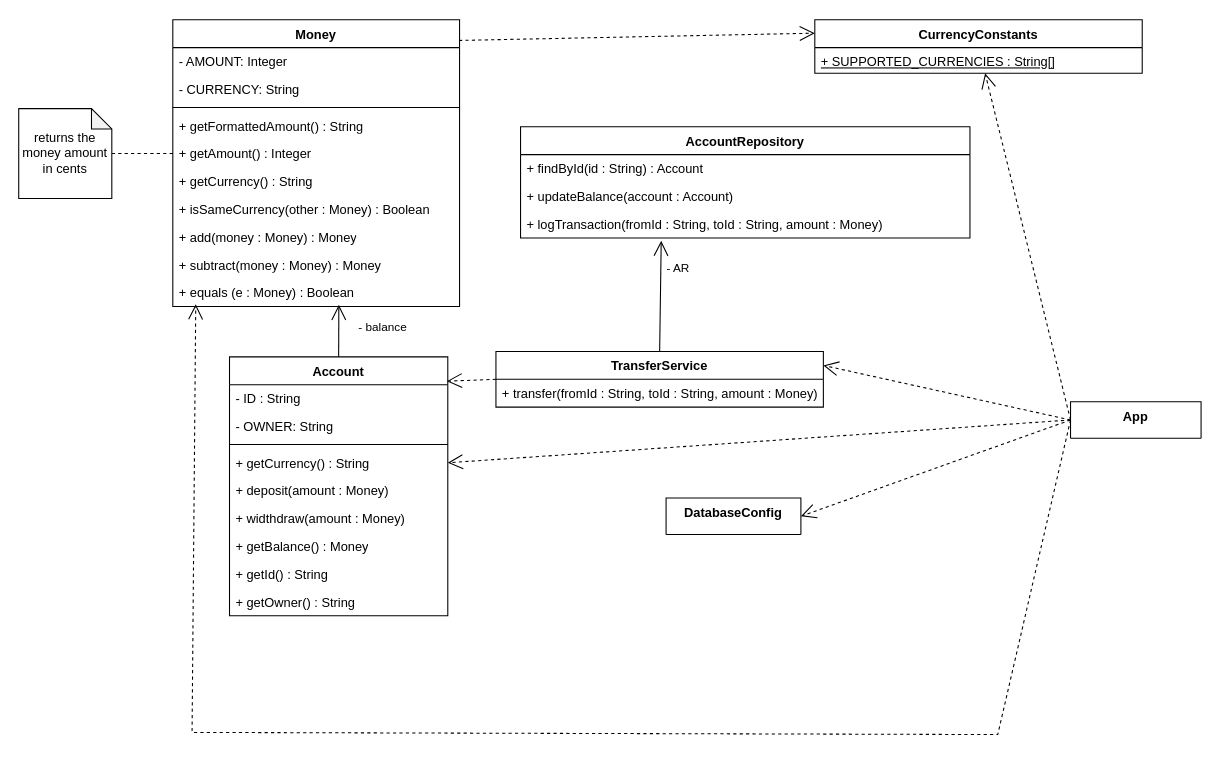
Before: lab 4 - ValueObject/IB.drawio in solovozer/-2, a draw.io diagram. Source tidied: cells renumbered, new cells numbered last; positions are measured from the earlier drawing's top-left corner, leaving out a move shared by most shapes. Both pictures are drawn from the tidied source at 107%, with x=0, y=0 at pixel (18, 19).
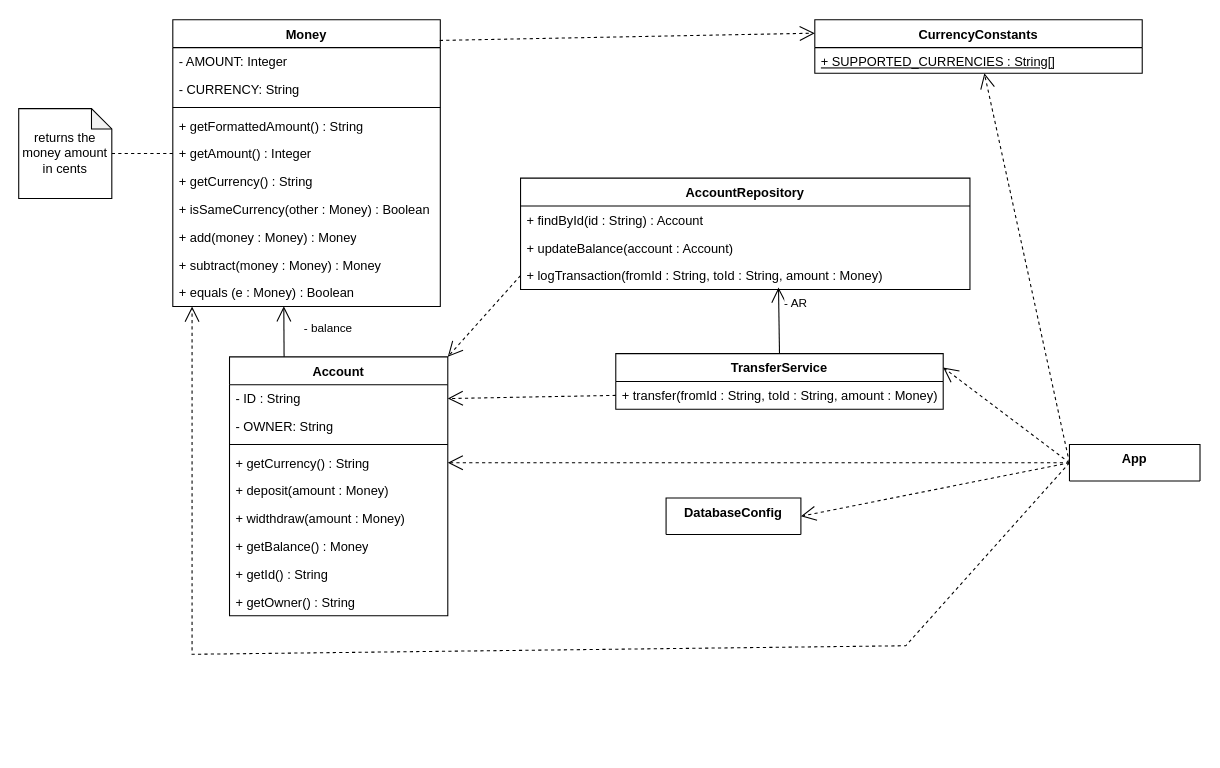
Above is the later version.

The change refers to these unchanged cells:
```xml
<mxCell id="13" value="Account" style="swimlane;fontStyle=1;align=center;verticalAlign=top;horizontal=1;startSize=26;whiteSpace=wrap;html=1;" parent="1" vertex="1">
  <mxGeometry x="197" y="315" width="204" height="242" as="geometry" />
</mxCell>
<mxCell id="14" value="- ID : String" style="text;strokeColor=none;fillColor=none;align=left;verticalAlign=top;spacingLeft=4;spacingRight=4;overflow=hidden;points=[[0,0.5],[1,0.5]];portConstraint=eastwest;whiteSpace=wrap;html=1;fontStyle=0;" parent="13" vertex="1">
  <mxGeometry y="26" width="204" height="26" as="geometry" />
</mxCell>
<mxCell id="26" value="+ logTransaction(fromId : String, toId : String, amount : Money)" style="text;strokeColor=none;fillColor=none;align=left;verticalAlign=top;spacingLeft=4;spacingRight=4;overflow=hidden;points=[[0,0.5],[1,0.5]];portConstraint=eastwest;whiteSpace=wrap;html=1;" parent="23" vertex="1">
  <mxGeometry y="78" width="420" height="26" as="geometry" />
</mxCell>
<mxCell id="28" value="+ transfer(fromId : String, toId : String, amount : Money)" style="text;strokeColor=none;fillColor=none;align=left;verticalAlign=top;spacingLeft=4;spacingRight=4;overflow=hidden;points=[[0,0.5],[1,0.5]];portConstraint=eastwest;whiteSpace=wrap;html=1;" parent="27" vertex="1">
  <mxGeometry y="26" width="306" height="26" as="geometry" />
</mxCell>
```

Diff of the diagram source:
```diff
@@
     <mxCell id="2" value="Money" style="swimlane;fontStyle=1;align=center;verticalAlign=top;horizontal=1;startSize=26;whiteSpace=wrap;html=1;" parent="1" vertex="1">
-      <mxGeometry x="144" width="268" height="268" as="geometry" />
+      <mxGeometry x="144" width="250" height="268" as="geometry" />
     </mxCell>
     <mxCell id="3" value="- AMOUNT: Integer&amp;nbsp;" style="text;strokeColor=none;fillColor=none;align=left;verticalAlign=top;spacingLeft=4;spacingRight=4;overflow=hidden;whiteSpace=wrap;html=1;fontStyle=0;" parent="2" vertex="1">
-      <mxGeometry y="26" width="268" height="26" as="geometry" />
+      <mxGeometry y="26" width="250" height="26" as="geometry" />
     </mxCell>
     <mxCell id="4" value="- CURRENCY: String" style="text;strokeColor=none;fillColor=none;align=left;verticalAlign=top;spacingLeft=4;spacingRight=4;overflow=hidden;whiteSpace=wrap;html=1;fontStyle=0;" parent="2" vertex="1">
-      <mxGeometry y="52" width="268" height="26" as="geometry" />
+      <mxGeometry y="52" width="250" height="26" as="geometry" />
     </mxCell>
     <mxCell id="5" style="line;strokeWidth=1;fillColor=none;align=left;verticalAlign=middle;spacingTop=-1;spacingLeft=3;spacingRight=3;labelPosition=right;strokeColor=inherit;" parent="2" vertex="1">
-      <mxGeometry y="78" width="268" height="8" as="geometry" />
+      <mxGeometry y="78" width="250" height="8" as="geometry" />
     </mxCell>
     <mxCell id="6" value="+ getFormattedAmount() : String" style="text;strokeColor=none;fillColor=none;align=left;verticalAlign=top;spacingLeft=4;spacingRight=4;overflow=hidden;whiteSpace=wrap;html=1;" parent="2" vertex="1">
-      <mxGeometry y="86" width="268" height="26" as="geometry" />
+      <mxGeometry y="86" width="250" height="26" as="geometry" />
     </mxCell>
     <mxCell id="7" value="+ getAmount() : Integer" style="text;strokeColor=none;fillColor=none;align=left;verticalAlign=top;spacingLeft=4;spacingRight=4;overflow=hidden;points=[[0,0.5],[1,0.5]];portConstraint=eastwest;whiteSpace=wrap;html=1;" parent="2" vertex="1">
-      <mxGeometry y="112" width="268" height="26" as="geometry" />
+      <mxGeometry y="112" width="250" height="26" as="geometry" />
     </mxCell>
     <mxCell id="8" value="+ getCurrency() : String" style="text;strokeColor=none;fillColor=none;align=left;verticalAlign=top;spacingLeft=4;spacingRight=4;overflow=hidden;whiteSpace=wrap;html=1;" parent="2" vertex="1">
-      <mxGeometry y="138" width="268" height="26" as="geometry" />
+      <mxGeometry y="138" width="250" height="26" as="geometry" />
     </mxCell>
     <mxCell id="9" value="+ isSameCurrency(other : Money) : Boolean" style="text;strokeColor=none;fillColor=none;align=left;verticalAlign=top;spacingLeft=4;spacingRight=4;overflow=hidden;whiteSpace=wrap;html=1;" parent="2" vertex="1">
-      <mxGeometry y="164" width="268" height="26" as="geometry" />
+      <mxGeometry y="164" width="250" height="26" as="geometry" />
     </mxCell>
     <mxCell id="10" value="+ add(money : Money) : Money" style="text;strokeColor=none;fillColor=none;align=left;verticalAlign=top;spacingLeft=4;spacingRight=4;overflow=hidden;whiteSpace=wrap;html=1;" parent="2" vertex="1">
-      <mxGeometry y="190" width="268" height="26" as="geometry" />
+      <mxGeometry y="190" width="250" height="26" as="geometry" />
     </mxCell>
     <mxCell id="11" value="+ subtract(money : Money) : Money" style="text;strokeColor=none;fillColor=none;align=left;verticalAlign=top;spacingLeft=4;spacingRight=4;overflow=hidden;whiteSpace=wrap;html=1;" parent="2" vertex="1">
-      <mxGeometry y="216" width="268" height="26" as="geometry" />
+      <mxGeometry y="216" width="250" height="26" as="geometry" />
     </mxCell>
     <mxCell id="12" value="+ equals (e : Money) : Boolean" style="text;strokeColor=none;fillColor=none;align=left;verticalAlign=top;spacingLeft=4;spacingRight=4;overflow=hidden;points=[[0,0.5],[1,0.5]];portConstraint=eastwest;whiteSpace=wrap;html=1;" parent="2" vertex="1">
-      <mxGeometry y="242" width="268" height="26" as="geometry" />
+      <mxGeometry y="242" width="250" height="26" as="geometry" />
     </mxCell>
@@
     <mxCell id="23" value="AccountRepository" style="swimlane;fontStyle=1;align=center;verticalAlign=top;horizontal=1;startSize=26;whiteSpace=wrap;html=1;" parent="1" vertex="1">
-      <mxGeometry x="469" y="100" width="420" height="104" as="geometry" />
+      <mxGeometry x="469" y="148" width="420" height="104" as="geometry" />
     </mxCell>
@@
     <mxCell id="27" value="TransferService" style="swimlane;fontStyle=1;align=center;verticalAlign=top;horizontal=1;startSize=26;whiteSpace=wrap;html=1;" parent="1" vertex="1">
-      <mxGeometry x="446" y="310" width="306" height="52" as="geometry" />
+      <mxGeometry x="558" y="312" width="306" height="52" as="geometry" />
     </mxCell>
@@
     <mxCell id="29" value="App" style="swimlane;fontStyle=1;align=center;verticalAlign=top;horizontal=1;startSize=34;whiteSpace=wrap;html=1;" parent="1" vertex="1">
-      <mxGeometry x="983" y="357" width="122" height="34" as="geometry" />
+      <mxGeometry x="982" y="397" width="122" height="34" as="geometry" />
     </mxCell>
@@
-    <mxCell id="35" value="- AR" style="endArrow=open;endFill=1;endSize=12;html=1;rounded=0;exitX=0.5;exitY=0;exitDx=0;exitDy=0;entryX=0.313;entryY=1.1;entryDx=0;entryDy=0;entryPerimeter=0;" parent="1" edge="1" source="27" target="26">
+    <mxCell id="35" value="- AR" style="endArrow=open;endFill=1;endSize=12;html=1;rounded=0;exitX=0.5;exitY=0;exitDx=0;exitDy=0;entryX=0.574;entryY=0.931;entryDx=0;entryDy=0;entryPerimeter=0;" parent="1" edge="1" source="27" target="26">
       <mxGeometry x="0.51" y="-16" relative="1" as="geometry" />
     </mxCell>
-    <mxCell id="36" style="endArrow=open;endFill=1;endSize=12;html=1;rounded=0;exitX=0;exitY=0.5;exitDx=0;exitDy=0;entryX=0.996;entryY=0.094;entryDx=0;entryDy=0;dashed=1;entryPerimeter=0;" parent="1" edge="1" source="27" target="13">
+    <mxCell id="36" style="endArrow=open;endFill=1;endSize=12;html=1;rounded=0;exitX=0;exitY=0.5;exitDx=0;exitDy=0;entryX=1;entryY=0.5;entryDx=0;entryDy=0;dashed=1;" parent="1" edge="1" source="28" target="14">
       <mxGeometry relative="1" as="geometry" />
     </mxCell>
-    <mxCell id="37" value="- balance" style="endArrow=open;endFill=1;endSize=12;html=1;rounded=0;exitX=0.5;exitY=0;exitDx=0;exitDy=0;entryX=0.579;entryY=0.938;entryDx=0;entryDy=0;entryPerimeter=0;" parent="1" edge="1" source="13" target="12">
+    <mxCell id="37" value="- balance" style="endArrow=open;endFill=1;endSize=12;html=1;rounded=0;exitX=0.25;exitY=0;exitDx=0;exitDy=0;entryX=0.415;entryY=0.992;entryDx=0;entryDy=0;entryPerimeter=0;" parent="1" edge="1" source="13" target="12">
       <mxGeometry x="0.16" y="-41" relative="1" as="geometry" />
     </mxCell>
@@
-    <mxCell id="39" style="endArrow=open;endFill=1;endSize=12;html=1;rounded=0;exitX=0;exitY=0.5;exitDx=0;exitDy=0;entryX=0.08;entryY=0.919;entryDx=0;entryDy=0;dashed=1;entryPerimeter=0;" parent="1" edge="1" source="29" target="12">
+    <mxCell id="39" style="endArrow=open;endFill=1;endSize=12;html=1;rounded=0;exitX=0;exitY=0.5;exitDx=0;exitDy=0;dashed=1;" parent="1" edge="1" source="29">
       <mxGeometry relative="1" as="geometry">
+        <mxPoint x="162" y="268" as="targetPoint" />
         <Array as="points">
-          <mxPoint x="915" y="668" />
-          <mxPoint x="162" y="666" />
+          <mxPoint x="829" y="585" />
+          <mxPoint x="162" y="593" />
         </Array>
       </mxGeometry>
     </mxCell>
@@
+    <mxCell id="44" style="endArrow=open;endFill=1;endSize=12;html=1;rounded=0;exitX=0;exitY=0.5;exitDx=0;exitDy=0;entryX=1;entryY=0;entryDx=0;entryDy=0;dashed=1;" parent="1" edge="1" source="26" target="13">
+      <mxGeometry relative="1" as="geometry" />
+    </mxCell>
```
